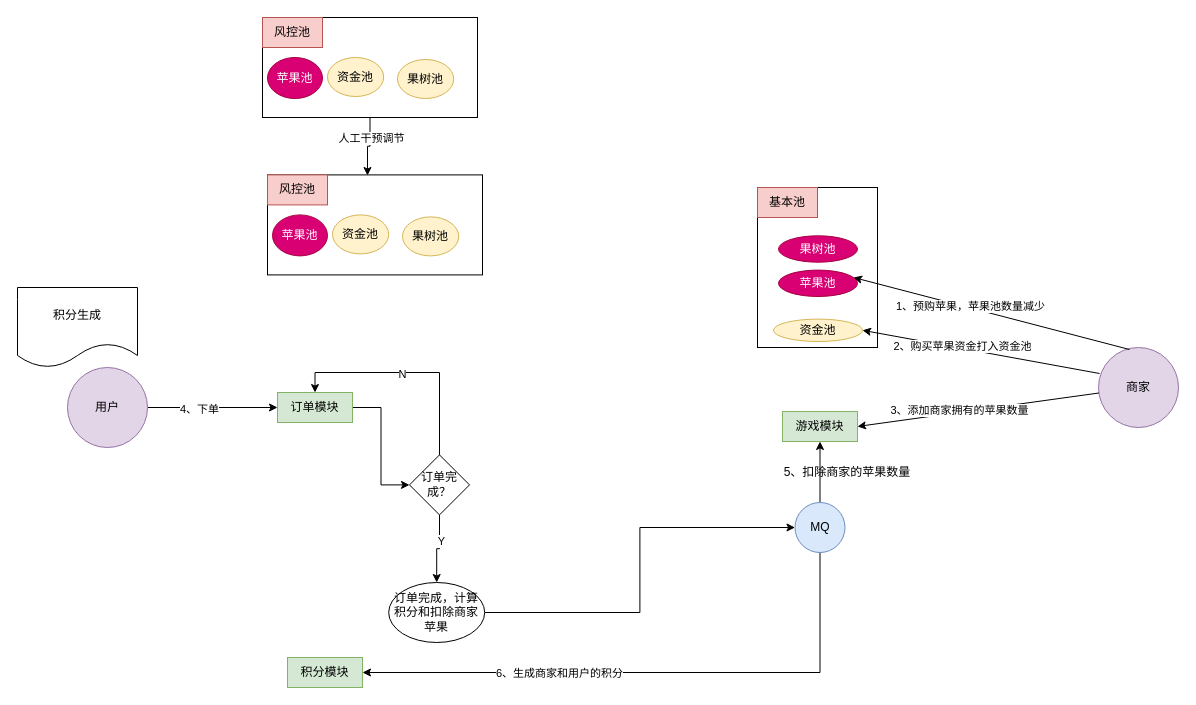
maigao11/flow keeps this draw.io diagram as gtt-积分流程.drawio. Above is the earlier version. Source tidied: cells renumbered, new cells numbered last; positions are measured from the earlier drawing's top-left corner, leaving out a move shared by most shapes. Both pictures are drawn from the tidied source at 100%, with x=0, y=0 at pixel (17, 17).
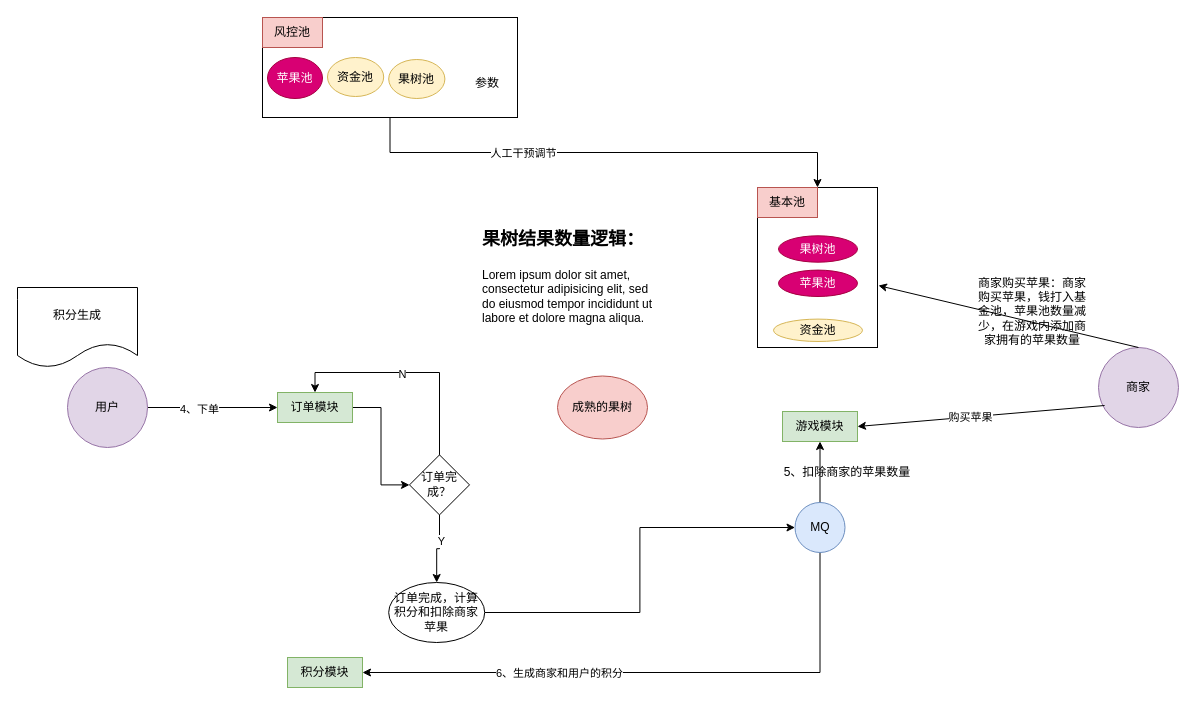
The same diagram, later.

Commit message (it also covers changes not shown here):
更新gtt-积分流程.drawio

Unchanged cells that the change refers to:
```xml
<mxCell id="6" value="商家" style="ellipse;whiteSpace=wrap;html=1;fillColor=#e1d5e7;strokeColor=#9673a6;" parent="1" vertex="1">
  <mxGeometry x="1081" y="330" width="80" height="80" as="geometry" />
</mxCell>
<mxCell id="9" style="rounded=0;whiteSpace=wrap;html=1;" parent="1" vertex="1">
  <mxGeometry x="740" y="170" width="120" height="160" as="geometry" />
</mxCell>
<mxCell id="10" value="基本池" style="text;html=1;strokeColor=#b85450;fillColor=#f8cecc;align=center;verticalAlign=middle;whiteSpace=wrap;rounded=0;" parent="1" vertex="1">
  <mxGeometry x="740" y="170" width="60" height="30" as="geometry" />
</mxCell>
<mxCell id="11" value="苹果池" style="ellipse;whiteSpace=wrap;html=1;fillColor=#d80073;fontColor=#ffffff;strokeColor=#A50040;" parent="1" vertex="1">
  <mxGeometry x="761" y="252.6" width="79" height="26.4" as="geometry" />
</mxCell>
<mxCell id="12" value="资金池" style="ellipse;whiteSpace=wrap;html=1;fillColor=#fff2cc;strokeColor=#d6b656;" parent="1" vertex="1">
  <mxGeometry x="756" y="301.6" width="89" height="22.4" as="geometry" />
</mxCell>
<mxCell id="23" value="游戏模块" style="rounded=0;whiteSpace=wrap;html=1;fillColor=#d5e8d4;strokeColor=#82b366;" parent="1" vertex="1">
  <mxGeometry x="765" y="394" width="75" height="30" as="geometry" />
</mxCell>
```

The edit, as a diff of the source:
```diff
@@
-    <mxCell id="13" style="edgeStyle=orthogonalEdgeStyle;rounded=0;jettySize=auto;html=1;exitX=0.5;exitY=1;exitDx=0;exitDy=0;entryX=0.465;entryY=0.006;entryDx=0;entryDy=0;entryPerimeter=0;" parent="1" edge="1" source="15" target="40">
+    <mxCell id="13" style="edgeStyle=orthogonalEdgeStyle;rounded=0;jettySize=auto;html=1;exitX=0.5;exitY=1;exitDx=0;exitDy=0;entryX=1;entryY=0;entryDx=0;entryDy=0;" parent="1" edge="1" source="15" target="10">
       <mxGeometry relative="1" as="geometry" />
     </mxCell>
@@
     <mxCell id="15" style="rounded=0;whiteSpace=wrap;html=1;" parent="1" vertex="1">
-      <mxGeometry x="245" width="215" height="100" as="geometry" />
+      <mxGeometry x="245" width="255" height="100" as="geometry" />
     </mxCell>
@@
-    <mxCell id="19" style="endArrow=classic;html=1;rounded=0;exitX=0.388;exitY=0.025;exitDx=0;exitDy=0;entryX=0.95;entryY=0.28;entryDx=0;entryDy=0;entryPerimeter=0;exitPerimeter=0;" parent="1" edge="1" source="6" target="11">
-      <mxGeometry relative="1" as="geometry" />
-    </mxCell>
-    <mxCell id="20" value="1、预购苹果，苹果池数量减少" style="edgeLabel;html=1;align=center;verticalAlign=middle;" parent="19" vertex="1">
-      <mxGeometry x="0.16" y="-2" relative="1" as="geometry" />
-    </mxCell>
-    <mxCell id="21" style="endArrow=classic;html=1;rounded=0;exitX=0.013;exitY=0.325;exitDx=0;exitDy=0;entryX=1;entryY=0.5;entryDx=0;entryDy=0;exitPerimeter=0;" parent="1" edge="1" source="6" target="12">
-      <mxGeometry relative="1" as="geometry" />
-    </mxCell>
-    <mxCell id="22" value="2、购买苹果资金打入资金池" style="edgeLabel;html=1;align=center;verticalAlign=middle;" parent="21" vertex="1">
-      <mxGeometry x="0.16" y="-2" relative="1" as="geometry" />
-    </mxCell>
@@
-    <mxCell id="24" style="endArrow=classic;html=1;rounded=0;entryX=1;entryY=0.5;entryDx=0;entryDy=0;" parent="1" edge="1" source="6" target="23">
-      <mxGeometry relative="1" as="geometry" />
-    </mxCell>
-    <mxCell id="25" value="3、添加商家拥有的苹果数量" style="edgeLabel;html=1;align=center;verticalAlign=middle;" parent="24" vertex="1">
-      <mxGeometry x="0.16" y="-2" relative="1" as="geometry" />
-    </mxCell>
@@
     <mxCell id="39" value="果树池" style="ellipse;whiteSpace=wrap;html=1;fillColor=#fff2cc;strokeColor=#d6b656;" parent="1" vertex="1">
-      <mxGeometry x="380" y="42" width="56.2" height="39" as="geometry" />
+      <mxGeometry x="371.2" y="42" width="56.2" height="39" as="geometry" />
     </mxCell>
-    <mxCell id="40" style="rounded=0;whiteSpace=wrap;html=1;" parent="1" vertex="1">
-      <mxGeometry x="250" y="157.4" width="215" height="100" as="geometry" />
-    </mxCell>
-    <mxCell id="41" value="风控池" style="text;html=1;strokeColor=#b85450;fillColor=#f8cecc;align=center;verticalAlign=middle;whiteSpace=wrap;rounded=0;" parent="1" vertex="1">
-      <mxGeometry x="250" y="157.4" width="60" height="30" as="geometry" />
-    </mxCell>
-    <mxCell id="42" value="苹果池" style="ellipse;whiteSpace=wrap;html=1;fillColor=#d80073;fontColor=#ffffff;strokeColor=#A50040;" parent="1" vertex="1">
-      <mxGeometry x="255" y="197.4" width="55" height="41" as="geometry" />
-    </mxCell>
-    <mxCell id="43" value="资金池" style="ellipse;whiteSpace=wrap;html=1;fillColor=#fff2cc;strokeColor=#d6b656;" parent="1" vertex="1">
-      <mxGeometry x="315" y="197.4" width="56.2" height="39" as="geometry" />
-    </mxCell>
-    <mxCell id="44" value="果树池" style="ellipse;whiteSpace=wrap;html=1;fillColor=#fff2cc;strokeColor=#d6b656;" parent="1" vertex="1">
-      <mxGeometry x="385" y="199.4" width="56.2" height="39" as="geometry" />
-    </mxCell>
@@
+    <mxCell id="46" style="endArrow=classic;html=1;rounded=0;exitX=0.5;exitY=0;exitDx=0;exitDy=0;entryX=1.008;entryY=0.613;entryDx=0;entryDy=0;entryPerimeter=0;" parent="1" edge="1" source="6" target="9">
+      <mxGeometry relative="1" as="geometry" />
+    </mxCell>
+    <mxCell id="47" value="商家购买苹果：商家购买苹果，钱打入基金池，苹果池数量减少，在游戏内添加商家拥有的苹果数量" style="text;html=1;strokeColor=none;fillColor=none;align=center;verticalAlign=middle;whiteSpace=wrap;rounded=0;" parent="1" vertex="1">
+      <mxGeometry x="960" y="279" width="110" height="30" as="geometry" />
+    </mxCell>
+    <mxCell id="24" style="endArrow=classic;html=1;rounded=0;exitX=0.076;exitY=0.725;exitDx=0;exitDy=0;exitPerimeter=0;entryX=1;entryY=0.5;entryDx=0;entryDy=0;" parent="1" edge="1" source="6" target="23">
+      <mxGeometry relative="1" as="geometry" />
+    </mxCell>
+    <mxCell id="48" value="购买苹果" style="edgeLabel;html=1;align=center;verticalAlign=middle;" parent="24" vertex="1">
+      <mxGeometry x="0.08" relative="1" as="geometry">
+        <mxPoint x="-1" as="offset" />
+      </mxGeometry>
+    </mxCell>
+    <mxCell id="49" value="成熟的果树" style="ellipse;whiteSpace=wrap;html=1;fillColor=#f8cecc;strokeColor=#b85450;" parent="1" vertex="1">
+      <mxGeometry x="540" y="358.5" width="90" height="63" as="geometry" />
+    </mxCell>
+    <mxCell id="50" value="&lt;h1&gt;&lt;font style=&quot;font-size: 18px;&quot;&gt;果树结果数量逻辑：&lt;/font&gt;&lt;/h1&gt;&lt;p&gt;Lorem ipsum dolor sit amet, consectetur adipisicing elit, sed do eiusmod tempor incididunt ut labore et dolore magna aliqua.&lt;/p&gt;" style="text;html=1;strokeColor=none;fillColor=none;spacing=5;spacingTop=-20;whiteSpace=wrap;overflow=hidden;rounded=0;" parent="1" vertex="1">
+      <mxGeometry x="460" y="200" width="190" height="120" as="geometry" />
+    </mxCell>
+    <mxCell id="51" value="参数" style="text;html=1;strokeColor=none;fillColor=none;align=center;verticalAlign=middle;whiteSpace=wrap;rounded=0;" parent="1" vertex="1">
+      <mxGeometry x="440" y="51" width="60" height="30" as="geometry" />
+    </mxCell>
```
